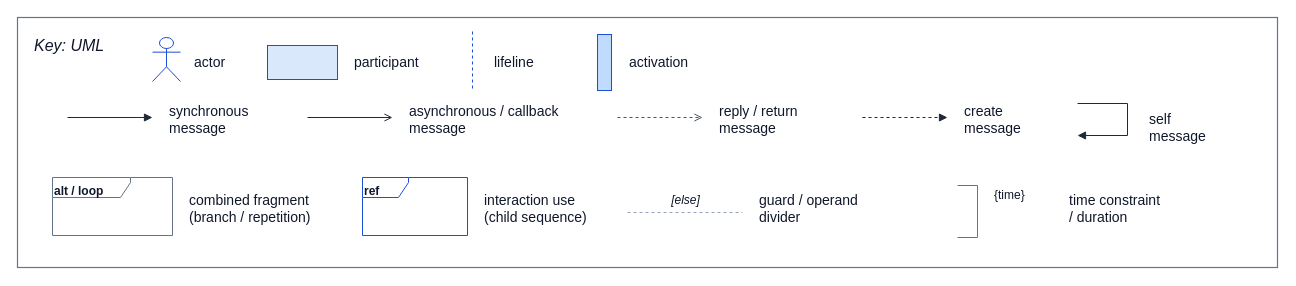
Before: page "Notation" (3 of 3) of Milestone/assets/Sequence-run-lifecycle.drawio in lgcmu2026-team5/TimeGrapher-Docs, a draw.io diagram. Source tidied: cells renumbered, new cells numbered last; positions are measured from the earlier drawing's top-left corner, leaving out a move shared by most shapes. Both pictures are drawn from the tidied source at 100%, with x=0, y=0 at pixel (17, 17).
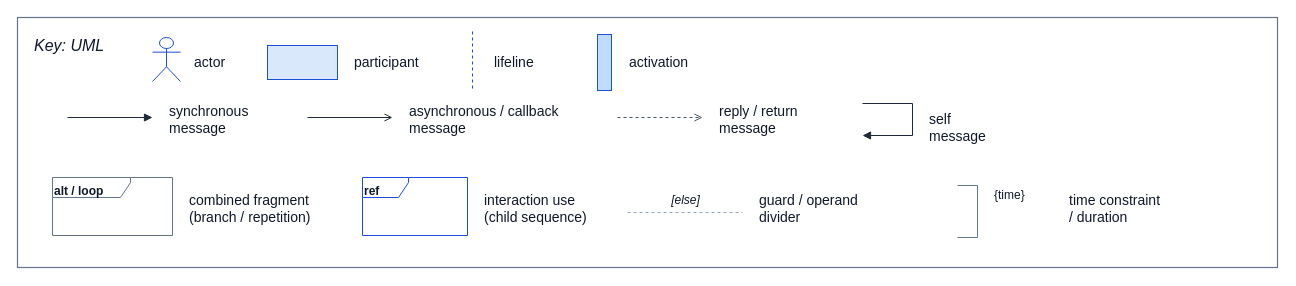
Above is the later version.

The edit, as a diff of the source:
```diff
@@
-    <mxCell id="18" style="html=1;endArrow=block;startArrow=none;dashed=1;rounded=0;strokeColor=#1f2937;" parent="1" edge="1">
-      <mxGeometry relative="1" as="geometry">
-        <mxPoint x="845" y="100" as="sourcePoint" />
-        <mxPoint x="930" y="100" as="targetPoint" />
-      </mxGeometry>
-    </mxCell>
-    <mxCell id="19" value="create&lt;br&gt;message" style="text;html=1;strokeColor=none;fillColor=none;align=left;verticalAlign=middle;fontSize=14;fontColor=#0f172a;" parent="1" vertex="1">
-      <mxGeometry x="945" y="81" width="80" height="42" as="geometry" />
-    </mxCell>
     <mxCell id="20" style="html=1;endArrow=block;startArrow=none;rounded=0;strokeColor=#1f2937;" parent="1" edge="1">
       <mxGeometry relative="1" as="geometry">
-        <mxPoint x="1060" y="86" as="sourcePoint" />
-        <mxPoint x="1060" y="118" as="targetPoint" />
+        <mxPoint x="845" y="86" as="sourcePoint" />
+        <mxPoint x="845" y="118" as="targetPoint" />
         <Array as="points">
-          <mxPoint x="1110" y="86" />
-          <mxPoint x="1110" y="118" />
+          <mxPoint x="895" y="86" />
+          <mxPoint x="895" y="118" />
         </Array>
       </mxGeometry>
     </mxCell>
     <mxCell id="21" value="self&lt;br&gt;message" style="text;html=1;strokeColor=none;fillColor=none;align=left;verticalAlign=middle;fontSize=14;fontColor=#0f172a;" parent="1" vertex="1">
-      <mxGeometry x="1130" y="89" width="75" height="42" as="geometry" />
+      <mxGeometry x="910" y="89" width="75" height="42" as="geometry" />
     </mxCell>
```
